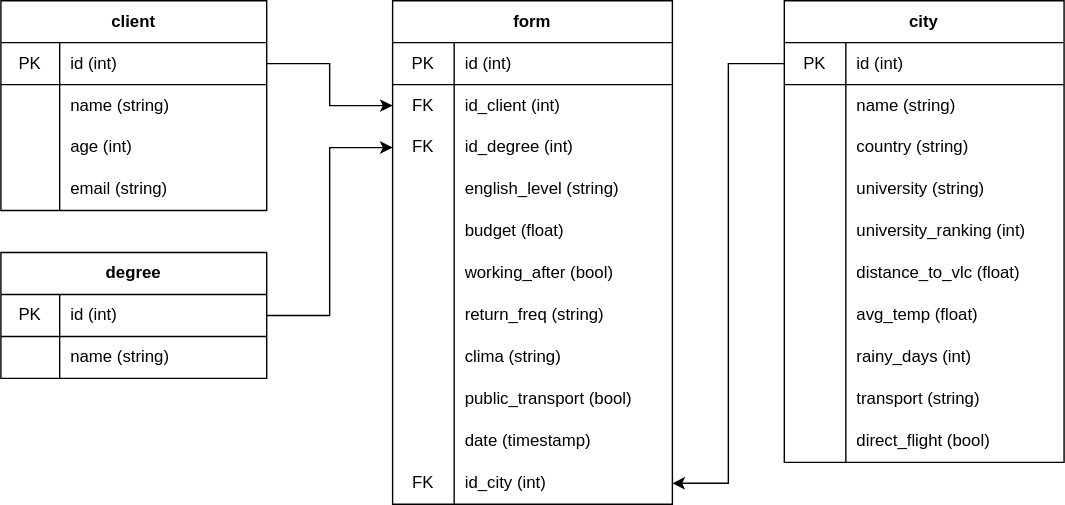
This is WakeTeam_db.svg from viasmo1/edem-mda-DP1-wake, a draw.io export, as it was before one commit. Source tidied: cells renumbered, new cells last; positions are measured from the earlier drawing's top-left corner, leaving out a move shared by most shapes.
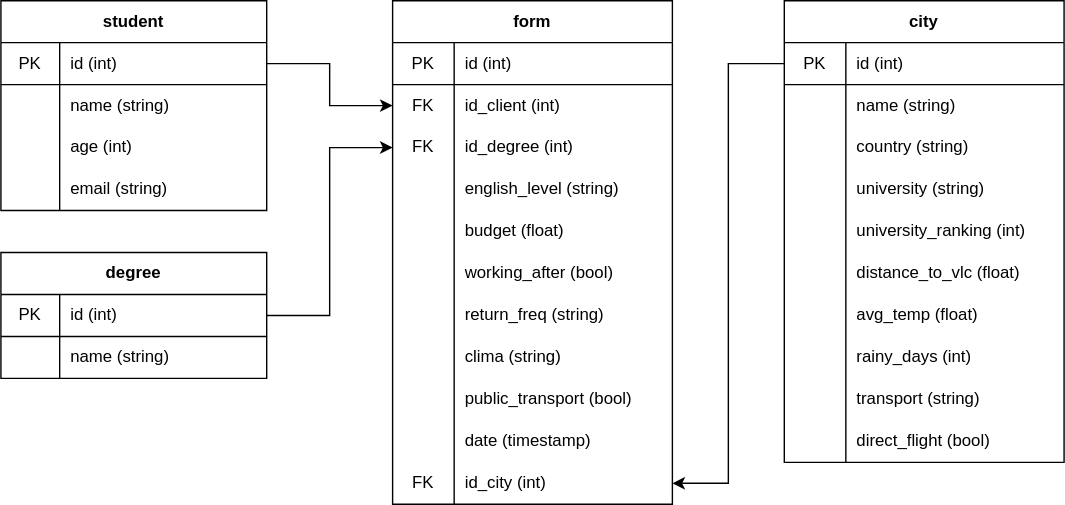
After the change.

What changed in the source:
```diff
@@ -2,7 +2,7 @@
   <root>
     <mxCell id="0" />
     <mxCell id="1" parent="0" />
-    <mxCell id="2" value="client" style="shape=table;html=1;whiteSpace=wrap;startSize=30;rowLines=0;fontStyle=1;align=center;" parent="1" vertex="1">
+    <mxCell id="2" value="student" style="shape=table;html=1;whiteSpace=wrap;startSize=30;rowLines=0;fontStyle=1;align=center;" parent="1" vertex="1">
       <mxGeometry width="190" height="150" as="geometry" />
     </mxCell>
     <mxCell id="3" style="shape=partialRectangle;html=1;whiteSpace=wrap;fillColor=none;top=0;left=0;bottom=1;right=0;points=[[0,0.5],[1,0.5]];portConstraint=eastwest;" parent="2" vertex="1">
```
